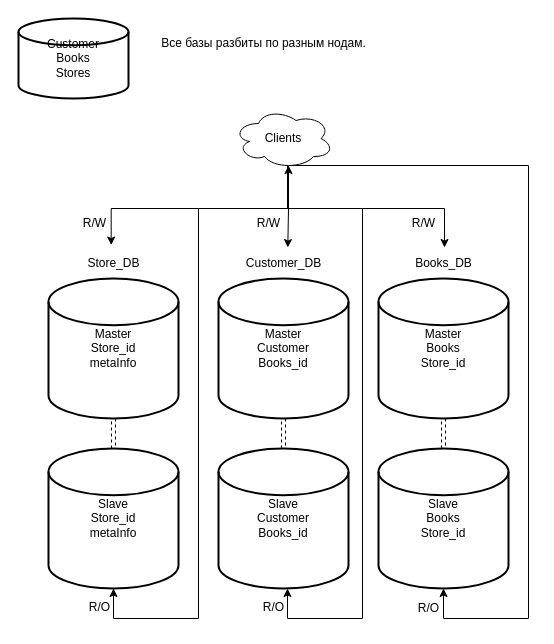
Above: 12.7_replication_and_scaling_p2/vertical_sharding.drawio in donyamirea/netology_hw (draw.io), before the change. Source tidied: cells renumbered, new cells numbered last; positions are measured from the earlier drawing's top-left corner, leaving out a move shared by most shapes. Both pictures are drawn from the tidied source at 100%, with x=0, y=0 at pixel (18, 18).
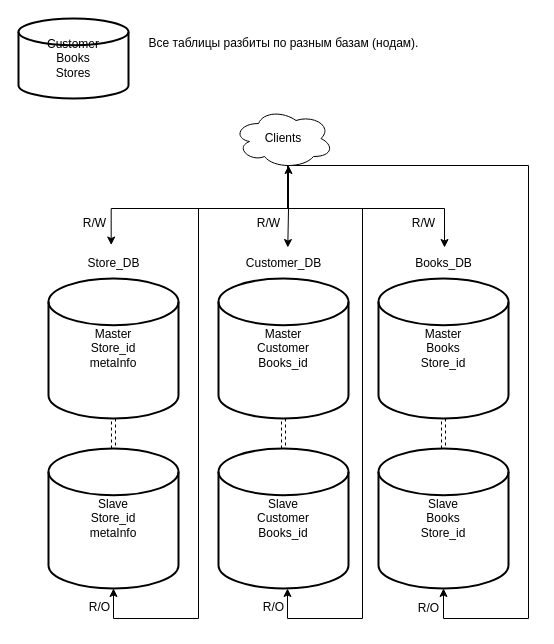
The same page after the edit.

Commit message:
подправил 2 схему

Change to the diagram source:
```diff
@@
-    <mxCell id="28" value="Все базы разбиты по разным нодам." style="text;html=1;align=center;verticalAlign=middle;strokeColor=none;fillColor=none;" parent="1" vertex="1">
-      <mxGeometry x="130" y="10" width="230" height="30" as="geometry" />
+    <mxCell id="28" value="Все таблицы разбиты по разным базам (нодам)." style="text;html=1;align=center;verticalAlign=middle;strokeColor=none;fillColor=none;" parent="1" vertex="1">
+      <mxGeometry x="120" y="10" width="290" height="30" as="geometry" />
     </mxCell>
```
